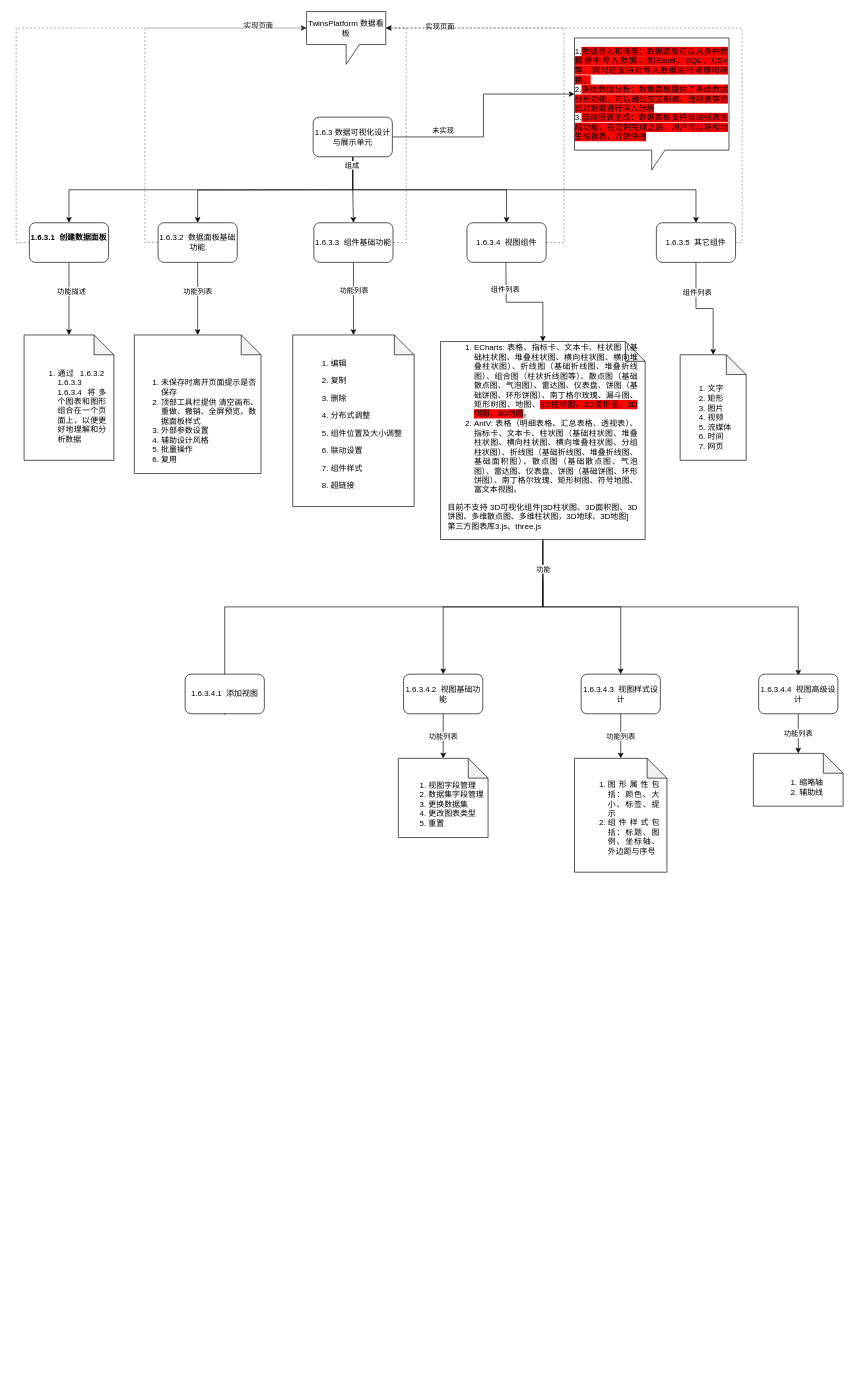
jinweizhiyuan/app.diagrams.net keeps this draw.io diagram as work/bigdataVisual.drawio. Above is the earlier version. Source tidied: cells renumbered, new cells numbered last; positions are measured from the earlier drawing's top-left corner, leaving out a move shared by most shapes. Both pictures are drawn from the tidied source at 66%, with x=0, y=0 at pixel (24, 11).
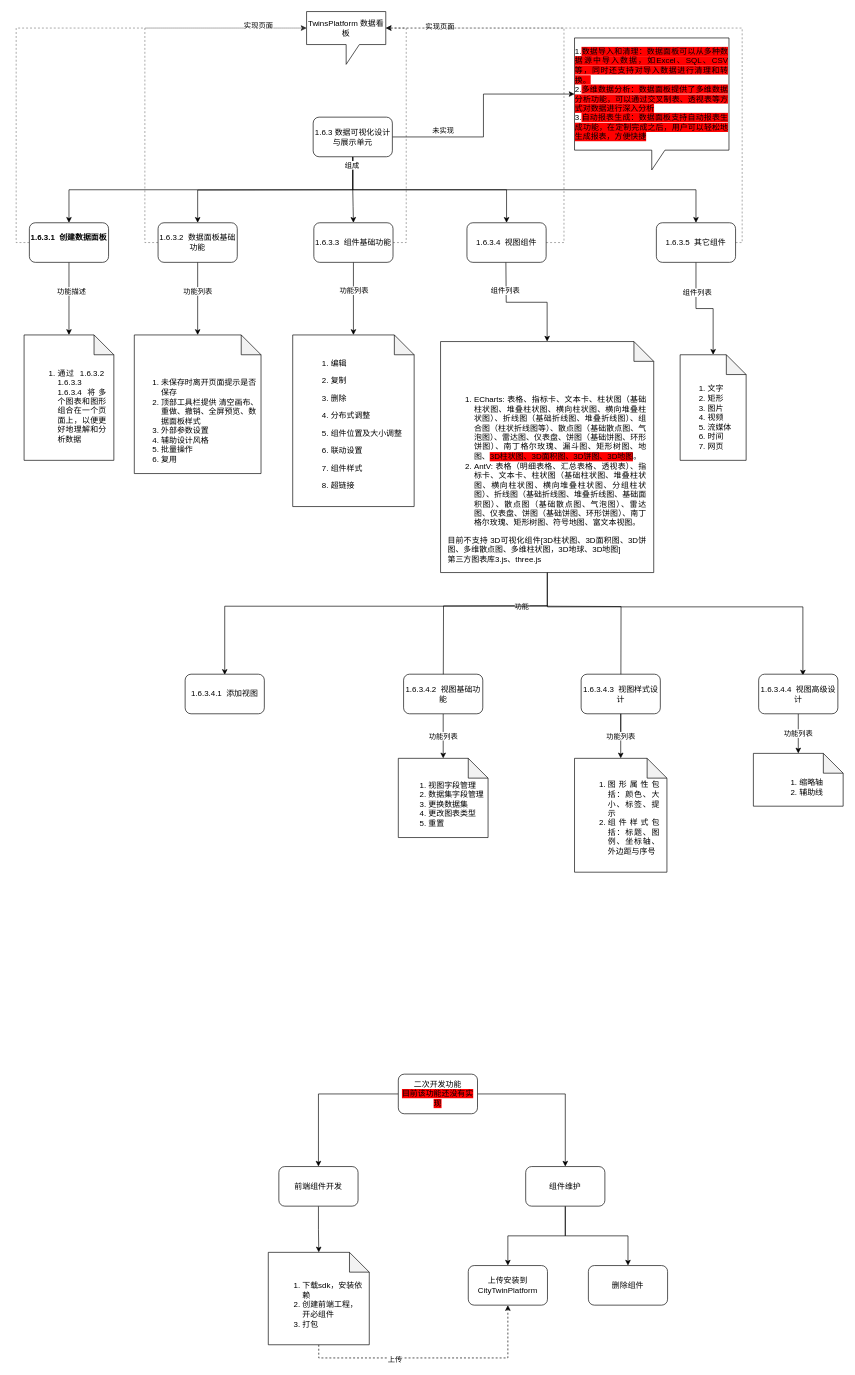
The same diagram, later.

The change refers to these unchanged cells:
```xml
<mxCell id="42" value="1.6.3.4.2&amp;nbsp; 视图基础功能" style="rounded=1;whiteSpace=wrap;html=1;" parent="1" vertex="1">
  <mxGeometry x="575" y="1004" width="120" height="60" as="geometry" />
</mxCell>
<mxCell id="44" value="1.6.3.4.3&amp;nbsp; 视图样式设计" style="rounded=1;whiteSpace=wrap;html=1;" parent="1" vertex="1">
  <mxGeometry x="844" y="1004" width="120" height="60" as="geometry" />
</mxCell>
```

Diff of the diagram source:
```diff
@@
     <mxCell id="34" style="edgeStyle=orthogonalEdgeStyle;rounded=0;orthogonalLoop=1;jettySize=auto;html=1;" parent="1" edge="1">
       <mxGeometry relative="1" as="geometry">
-        <mxPoint x="786" y="802" as="sourcePoint" />
-        <mxPoint x="1173" y="1006" as="targetPoint" />
+        <mxPoint x="793" y="802" as="sourcePoint" />
+        <mxPoint x="1180" y="1006" as="targetPoint" />
         <Array as="points">
-          <mxPoint x="786" y="902" />
-          <mxPoint x="1173" y="902" />
+          <mxPoint x="793" y="902" />
+          <mxPoint x="1180" y="902" />
         </Array>
       </mxGeometry>
     </mxCell>
-    <mxCell id="35" style="edgeStyle=orthogonalEdgeStyle;rounded=0;jettySize=auto;html=1;" parent="1" edge="1" source="39" target="44">
-      <mxGeometry relative="1" as="geometry" />
+    <mxCell id="35" style="edgeStyle=orthogonalEdgeStyle;rounded=0;orthogonalLoop=1;jettySize=auto;html=1;" parent="1" edge="1">
+      <mxGeometry relative="1" as="geometry">
+        <mxPoint x="792.5" y="901" as="sourcePoint" />
+        <mxPoint x="904" y="1105" as="targetPoint" />
+      </mxGeometry>
     </mxCell>
-    <mxCell id="36" style="edgeStyle=orthogonalEdgeStyle;rounded=0;orthogonalLoop=1;jettySize=auto;html=1;entryX=0.5;entryY=0;entryDx=0;entryDy=0;" parent="1" edge="1">
-      <mxGeometry relative="1" as="geometry">
-        <mxPoint x="786" y="862" as="sourcePoint" />
-        <mxPoint x="304" y="1066" as="targetPoint" />
-        <Array as="points">
-          <mxPoint x="786" y="902" />
-          <mxPoint x="304" y="902" />
-        </Array>
-      </mxGeometry>
-    </mxCell>
-    <mxCell id="37" style="edgeStyle=orthogonalEdgeStyle;rounded=0;jettySize=auto;html=1;" parent="1" edge="1" source="39" target="42">
-      <mxGeometry relative="1" as="geometry" />
+    <mxCell id="37" style="edgeStyle=orthogonalEdgeStyle;rounded=0;orthogonalLoop=1;jettySize=auto;html=1;" parent="1" edge="1">
+      <mxGeometry relative="1" as="geometry">
+        <mxPoint x="792.5" y="900" as="sourcePoint" />
+        <mxPoint x="635" y="1054" as="targetPoint" />
+      </mxGeometry>
     </mxCell>
@@
+    <mxCell id="56" style="edgeStyle=orthogonalEdgeStyle;rounded=0;jettySize=auto;html=1;entryX=0.5;entryY=0;entryDx=0;entryDy=0;exitX=0.5;exitY=1;exitDx=0;exitDy=0;exitPerimeter=0;" parent="1" edge="1" source="39">
+      <mxGeometry relative="1" as="geometry">
+        <mxPoint x="304" y="1005" as="targetPoint" />
+        <Array as="points">
+          <mxPoint x="792" y="901" />
+          <mxPoint x="304" y="901" />
+        </Array>
+      </mxGeometry>
+    </mxCell>
     <mxCell id="39" value="&lt;ol&gt;&lt;li style=&quot;text-align: justify;&quot;&gt;ECharts: 表格、指标卡、文本卡、柱状图（基础柱状图、堆叠柱状图、横向柱状图、横向堆叠柱状图）、折线图（基础折线图、堆叠折线图）、组合图（柱状折线图等）、散点图（基础散点图、气泡图）、雷达图、仪表盘、饼图（基础饼图、环形饼图）、南丁格尔玫瑰、漏斗图、矩形树图、地图、&lt;span style=&quot;background-color: rgb(255, 0, 0);&quot;&gt;3D柱状图、3D面积图、3D饼图、3D地图&lt;/span&gt;。&lt;br&gt;&lt;/li&gt;&lt;li style=&quot;text-align: justify;&quot;&gt;AntV: 表格（明细表格、汇总表格、透视表）、指标卡、文本卡、柱状图（基础柱状图、堆叠柱状图、横向柱状图、横向堆叠柱状图、分组柱状图）、折线图（基础折线图、堆叠折线图、基础面积图）、散点图（基础散点图、气泡图）、雷达图、仪表盘、饼图（基础饼图、环形饼图）、南丁格尔玫瑰、矩形树图、符号地图、富文本视图。&lt;br&gt;&lt;/li&gt;&lt;/ol&gt;&lt;div style=&quot;text-align: justify;&quot;&gt;目前不支持 3D可视化组件[3D柱状图、3D面积图、3D饼图、多维散点图、多维柱状图，3D地球、3D地图]&lt;/div&gt;&lt;div style=&quot;text-align: justify;&quot;&gt;第三方图表库3.js、three.js&lt;/div&gt;" style="shape=note;whiteSpace=wrap;html=1;backgroundOutline=1;darkOpacity=0.05;spacing=12;verticalAlign=bottom;" parent="1" vertex="1">
-      <mxGeometry x="631" y="500" width="310" height="300" as="geometry" />
+      <mxGeometry x="631" y="500" width="323" height="350" as="geometry" />
     </mxCell>
@@
+    <mxCell id="57" style="edgeStyle=orthogonalEdgeStyle;rounded=0;jettySize=auto;html=1;" parent="1" edge="1" source="59" target="61">
+      <mxGeometry relative="1" as="geometry" />
+    </mxCell>
+    <mxCell id="58" style="edgeStyle=orthogonalEdgeStyle;rounded=0;jettySize=auto;html=1;exitX=1;exitY=0.5;exitDx=0;exitDy=0;entryX=0.5;entryY=0;entryDx=0;entryDy=0;" parent="1" edge="1" source="59" target="64">
+      <mxGeometry relative="1" as="geometry" />
+    </mxCell>
+    <mxCell id="59" value="二次开发功能&lt;br&gt;&lt;span style=&quot;background-color: rgb(255, 0, 0);&quot;&gt;目前该功能还没有实现&lt;/span&gt;" style="rounded=1;whiteSpace=wrap;html=1;" parent="1" vertex="1">
+      <mxGeometry x="567" y="1610" width="120" height="60" as="geometry" />
+    </mxCell>
+    <mxCell id="60" style="edgeStyle=orthogonalEdgeStyle;rounded=0;jettySize=auto;html=1;entryX=0.5;entryY=0;entryDx=0;entryDy=0;entryPerimeter=0;" parent="1" edge="1" source="61" target="67">
+      <mxGeometry relative="1" as="geometry" />
+    </mxCell>
+    <mxCell id="61" value="前端组件开发" style="rounded=1;whiteSpace=wrap;html=1;" parent="1" vertex="1">
+      <mxGeometry x="386" y="1750" width="120" height="60" as="geometry" />
+    </mxCell>
+    <mxCell id="62" style="edgeStyle=orthogonalEdgeStyle;rounded=0;jettySize=auto;html=1;entryX=0.5;entryY=0;entryDx=0;entryDy=0;" parent="1" edge="1" source="64" target="68">
+      <mxGeometry relative="1" as="geometry" />
+    </mxCell>
+    <mxCell id="63" style="edgeStyle=orthogonalEdgeStyle;rounded=0;jettySize=auto;html=1;" parent="1" edge="1" source="64" target="69">
+      <mxGeometry relative="1" as="geometry" />
+    </mxCell>
+    <mxCell id="64" value="组件维护" style="rounded=1;whiteSpace=wrap;html=1;" parent="1" vertex="1">
+      <mxGeometry x="760" y="1750" width="120" height="60" as="geometry" />
+    </mxCell>
+    <mxCell id="65" style="edgeStyle=orthogonalEdgeStyle;rounded=0;jettySize=auto;html=1;entryX=0.5;entryY=1;entryDx=0;entryDy=0;exitX=0.5;exitY=1;exitDx=0;exitDy=0;exitPerimeter=0;dashed=1;" parent="1" edge="1" source="67" target="68">
+      <mxGeometry relative="1" as="geometry" />
+    </mxCell>
+    <mxCell id="66" value="上传" style="edgeLabel;html=1;align=center;verticalAlign=middle;" parent="65" vertex="1">
+      <mxGeometry x="-0.3" y="-2" relative="1" as="geometry" />
+    </mxCell>
+    <mxCell id="67" value="&lt;ol&gt;&lt;li&gt;下载sdk，安装依赖&lt;/li&gt;&lt;li&gt;创建前端工程，开必组件&lt;/li&gt;&lt;li&gt;打包&lt;/li&gt;&lt;/ol&gt;" style="shape=note;whiteSpace=wrap;html=1;backgroundOutline=1;darkOpacity=0.05;align=left;spacing=12;shadow=0;size=30;verticalAlign=bottom;" parent="1" vertex="1">
+      <mxGeometry x="370" y="1880" width="153" height="140" as="geometry" />
+    </mxCell>
+    <mxCell id="68" value="上传安装到CityTwinPlatform" style="rounded=1;whiteSpace=wrap;html=1;" parent="1" vertex="1">
+      <mxGeometry x="673" y="1900" width="120" height="60" as="geometry" />
+    </mxCell>
+    <mxCell id="69" value="删除组件" style="rounded=1;whiteSpace=wrap;html=1;" parent="1" vertex="1">
+      <mxGeometry x="855" y="1900" width="120" height="60" as="geometry" />
+    </mxCell>
```
